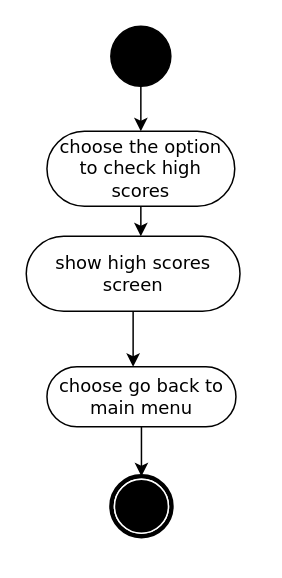
Before: check high scores.drawio in maxinimize/uml, a draw.io diagram. Source tidied: cells renumbered, new cells numbered last; positions are measured from the earlier drawing's top-left corner, leaving out a move shared by most shapes. Both pictures are drawn from the tidied source at 150%, with x=0, y=0 at pixel (26, 26).
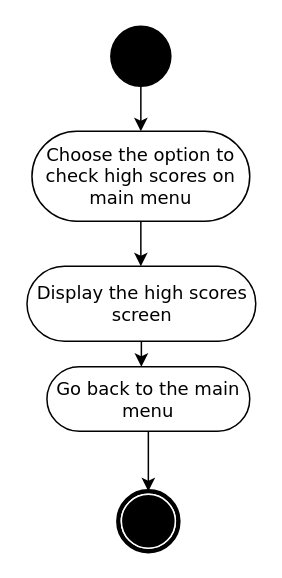
The same diagram, later.

Change to the diagram source:
```diff
@@
 <mxGraphModel>
   <root>
     <mxCell id="0" />
     <mxCell id="1" parent="0" />
     <mxCell id="2" style="edgeStyle=orthogonalEdgeStyle;rounded=0;jettySize=auto;html=1;" parent="1" edge="1" source="3" target="7">
       <mxGeometry relative="1" as="geometry">
         <Array as="points">
           <mxPoint x="79" y="260" />
           <mxPoint x="79" y="260" />
         </Array>
       </mxGeometry>
     </mxCell>
-    <mxCell id="3" value="show high scores screen" style="rounded=1;whiteSpace=wrap;html=1;shadow=0;comic=0;labelBackgroundColor=none;strokeWidth=1;fontFamily=Verdana;fontSize=12;align=center;arcSize=50;" parent="1" vertex="1">
-      <mxGeometry y="140" width="142.5" height="50" as="geometry" />
+    <mxCell id="3" value="Display the high scores screen" style="rounded=1;whiteSpace=wrap;html=1;shadow=0;comic=0;labelBackgroundColor=none;strokeWidth=1;fontFamily=Verdana;fontSize=12;align=center;arcSize=50;" parent="1" vertex="1">
+      <mxGeometry x="0.5" y="160" width="152.5" height="50" as="geometry" />
     </mxCell>
     <mxCell id="4" style="edgeStyle=orthogonalEdgeStyle;rounded=0;jettySize=auto;html=1;entryX=0.5;entryY=0;entryDx=0;entryDy=0;" parent="1" edge="1" source="5" target="10">
       <mxGeometry relative="1" as="geometry" />
     </mxCell>
     <mxCell id="5" style="ellipse;whiteSpace=wrap;html=1;rounded=0;shadow=0;comic=0;labelBackgroundColor=none;strokeWidth=1;fillColor=#000000;fontFamily=Verdana;fontSize=12;align=center;" parent="1" vertex="1">
       <mxGeometry x="56.4" width="40" height="40" as="geometry" />
     </mxCell>
     <mxCell id="6" style="edgeStyle=orthogonalEdgeStyle;rounded=0;jettySize=auto;html=1;" parent="1" edge="1" source="7" target="8">
-      <mxGeometry relative="1" as="geometry">
-        <Array as="points">
-          <mxPoint x="69" y="320" />
-          <mxPoint x="69" y="320" />
-        </Array>
-      </mxGeometry>
+      <mxGeometry relative="1" as="geometry" />
     </mxCell>
-    <mxCell id="7" value="choose go back to main menu" style="rounded=1;whiteSpace=wrap;html=1;shadow=0;comic=0;labelBackgroundColor=none;strokeWidth=1;fontFamily=Verdana;fontSize=12;align=center;arcSize=50;" parent="1" vertex="1">
-      <mxGeometry x="13.8" y="227" width="126" height="40" as="geometry" />
+    <mxCell id="7" value="Go back to the main menu" style="rounded=1;whiteSpace=wrap;html=1;shadow=0;comic=0;labelBackgroundColor=none;strokeWidth=1;fontFamily=Verdana;fontSize=12;align=center;arcSize=50;" parent="1" vertex="1">
+      <mxGeometry x="13.8" y="227" width="135.2" height="43" as="geometry" />
     </mxCell>
     <mxCell id="8" style="shape=mxgraph.bpmn.shape;html=1;verticalLabelPosition=bottom;labelBackgroundColor=#ffffff;verticalAlign=top;perimeter=ellipsePerimeter;outline=end;symbol=terminate;rounded=0;shadow=0;comic=0;strokeWidth=1;fontFamily=Verdana;fontSize=12;align=center;" parent="1" vertex="1">
-      <mxGeometry x="56.8" y="300" width="40" height="40" as="geometry" />
+      <mxGeometry x="61.4" y="310" width="40" height="40" as="geometry" />
     </mxCell>
     <mxCell id="9" style="edgeStyle=orthogonalEdgeStyle;rounded=0;jettySize=auto;html=1;" parent="1" edge="1" source="10" target="3">
       <mxGeometry relative="1" as="geometry">
         <Array as="points">
           <mxPoint x="71" y="190" />
           <mxPoint x="71" y="190" />
         </Array>
       </mxGeometry>
     </mxCell>
-    <mxCell id="10" value="choose the option to check high scores" style="rounded=1;whiteSpace=wrap;html=1;shadow=0;comic=0;labelBackgroundColor=none;strokeWidth=1;fontFamily=Verdana;fontSize=12;align=center;arcSize=50;" parent="1" vertex="1">
-      <mxGeometry x="13.8" y="70" width="125.2" height="50" as="geometry" />
+    <mxCell id="10" value="Choose the option to check high scores on main menu" style="rounded=1;whiteSpace=wrap;html=1;shadow=0;comic=0;labelBackgroundColor=none;strokeWidth=1;fontFamily=Verdana;fontSize=12;align=center;arcSize=50;" parent="1" vertex="1">
+      <mxGeometry x="3.8" y="70" width="145.2" height="60" as="geometry" />
     </mxCell>
   </root>
 </mxGraphModel>
```
